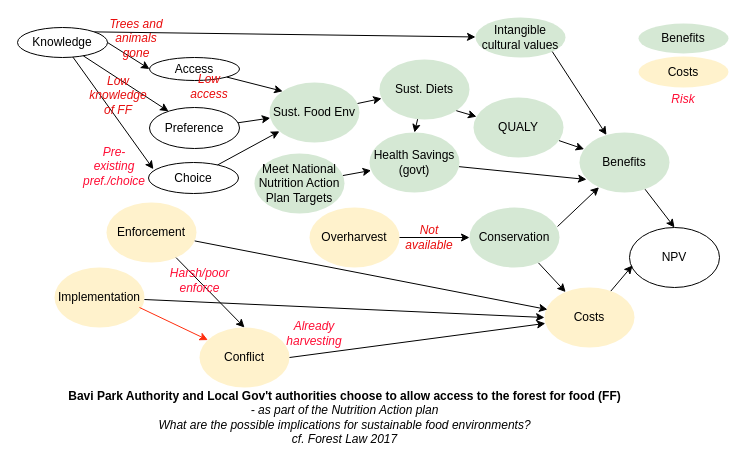
This is Untitled Diagram.drawio from CWWhitney/bavi-forest-access, a draw.io file, before an edit. Source tidied: cells renumbered, new cells numbered last; positions are measured from the earlier drawing's top-left corner, leaving out a move shared by most shapes. Both pictures are drawn from the tidied source at 100%, with x=0, y=0 at pixel (17, 17).
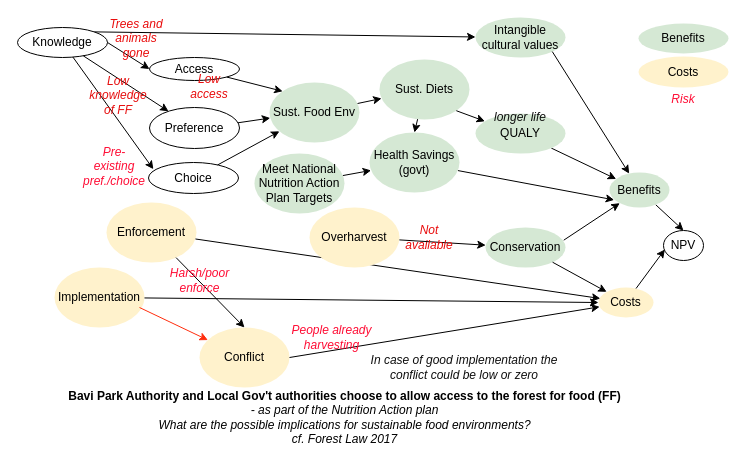
The same diagram, later.

Commit message:
add note on QUALY

The edit, as a diff of the source:
```diff
@@
     <mxCell id="2" value="Conservation" style="ellipse;whiteSpace=wrap;html=1;fillColor=#d5e8d4;strokeColor=none;" parent="1" vertex="1">
-      <mxGeometry x="452" y="190" width="90" height="60" as="geometry" />
+      <mxGeometry x="468" y="210" width="80" height="40" as="geometry" />
     </mxCell>
@@
     <mxCell id="8" value="QUALY" style="ellipse;whiteSpace=wrap;html=1;fillColor=#d5e8d4;strokeColor=none;" parent="1" vertex="1">
-      <mxGeometry x="456" y="80" width="90" height="60" as="geometry" />
+      <mxGeometry x="458" y="96" width="90" height="40" as="geometry" />
     </mxCell>
@@
     <mxCell id="11" value="NPV" style="ellipse;whiteSpace=wrap;html=1;" parent="1" vertex="1">
-      <mxGeometry x="612" y="210" width="90" height="60" as="geometry" />
+      <mxGeometry x="646" y="213" width="40" height="30" as="geometry" />
     </mxCell>
@@
     <mxCell id="16" value="Costs" style="ellipse;whiteSpace=wrap;html=1;fillColor=#fff2cc;strokeColor=none;" parent="1" vertex="1">
-      <mxGeometry x="527" y="270" width="90" height="60" as="geometry" />
+      <mxGeometry x="581" y="270" width="55" height="30" as="geometry" />
     </mxCell>
@@
     <mxCell id="19" value="Benefits" style="ellipse;whiteSpace=wrap;html=1;fillColor=#d5e8d4;strokeColor=none;" parent="1" vertex="1">
-      <mxGeometry x="562" y="115" width="90" height="60" as="geometry" />
+      <mxGeometry x="592" y="155" width="60" height="35" as="geometry" />
     </mxCell>
@@
-    <mxCell id="48" value="Already harvesting" style="text;html=1;align=center;verticalAlign=middle;whiteSpace=wrap;rounded=0;fontColor=#FF0D35;fontStyle=2;" parent="1" vertex="1">
-      <mxGeometry x="267" y="296" width="60" height="40" as="geometry" />
+    <mxCell id="48" value="People already harvesting" style="text;html=1;align=center;verticalAlign=middle;whiteSpace=wrap;rounded=0;fontColor=#FF0D35;fontStyle=2;" parent="1" vertex="1">
+      <mxGeometry x="267" y="300" width="95" height="40" as="geometry" />
     </mxCell>
@@
+    <mxCell id="55" value="&lt;font color=&quot;#0f0f0f&quot;&gt;In case of good implementation the conflict could be low or zero&lt;/font&gt;" style="text;html=1;align=center;verticalAlign=middle;whiteSpace=wrap;rounded=0;fontColor=#FF0D35;fontStyle=2;" parent="1" vertex="1">
+      <mxGeometry x="352" y="330" width="190" height="40" as="geometry" />
+    </mxCell>
+    <mxCell id="56" value="&lt;font color=&quot;#0f0f0f&quot;&gt;longer life&lt;/font&gt;" style="text;html=1;align=center;verticalAlign=middle;whiteSpace=wrap;rounded=0;fontColor=#FF0D35;fontStyle=2;" parent="1" vertex="1">
+      <mxGeometry x="468" y="80" width="70" height="40" as="geometry" />
+    </mxCell>
```
